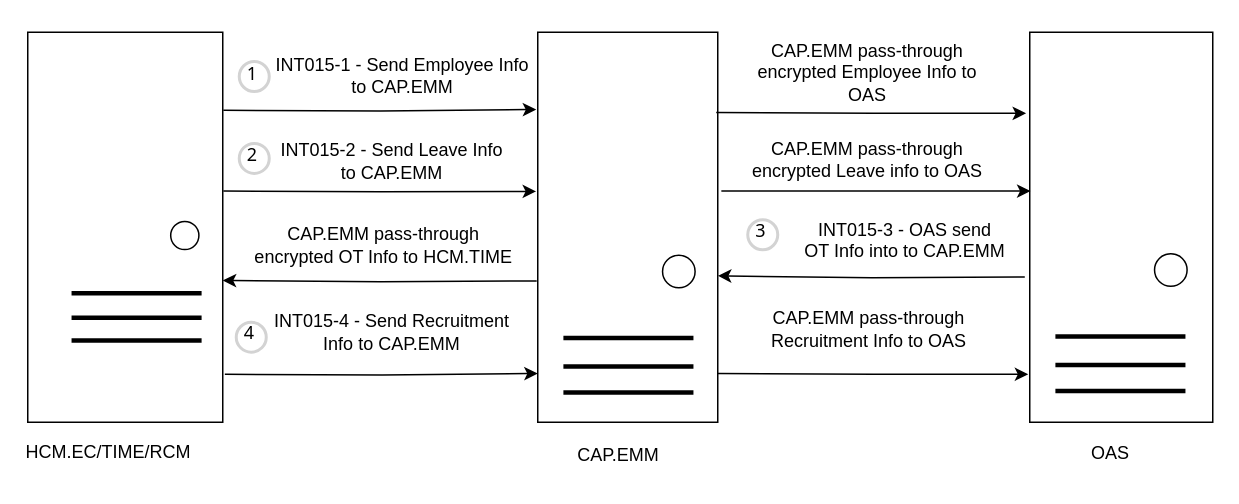
Above: page "OAS" (15 of 19) of Untitled Diagram.drawio in wsxad234/flowchart (draw.io), before the change. Source tidied: cells renumbered, new cells numbered last; positions are measured from the earlier drawing's top-left corner, leaving out a move shared by most shapes. Both pictures are drawn from the tidied source at 150%, with x=0, y=0 at pixel (27, 24).
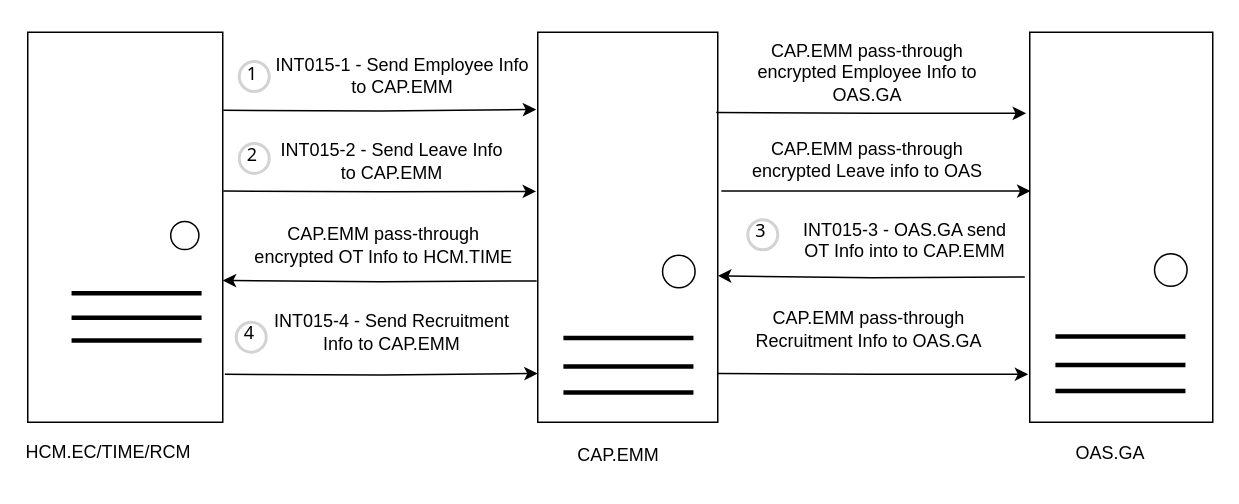
The same diagram, later.

What changed in the source:
```diff
@@
-    <mxCell id="5" value="OAS" style="text;html=1;strokeColor=none;fillColor=none;align=center;verticalAlign=middle;whiteSpace=wrap;rounded=0;" parent="1" vertex="1">
+    <mxCell id="5" value="OAS.GA" style="text;html=1;strokeColor=none;fillColor=none;align=center;verticalAlign=middle;whiteSpace=wrap;rounded=0;" parent="1" vertex="1">
       <mxGeometry x="692" y="271" width="60" height="30" as="geometry" />
     </mxCell>
@@
-    <mxCell id="9" value="CAP.EMM pass-through encrypted Employee Info to OAS" style="text;html=1;strokeColor=none;fillColor=none;align=center;verticalAlign=middle;whiteSpace=wrap;rounded=0;" parent="1" vertex="1">
+    <mxCell id="9" value="CAP.EMM pass-through encrypted Employee Info to OAS.GA" style="text;html=1;strokeColor=none;fillColor=none;align=center;verticalAlign=middle;whiteSpace=wrap;rounded=0;" parent="1" vertex="1">
       <mxGeometry x="480" y="5.6" width="160" height="52.2" as="geometry" />
     </mxCell>
@@
-    <mxCell id="18" value="&lt;br&gt;&lt;table style=&quot;border-collapse:&lt;br/&gt; collapse;width:305pt&quot; width=&quot;406&quot; cellspacing=&quot;0&quot; cellpadding=&quot;0&quot; border=&quot;0&quot;&gt;&lt;tbody&gt;&lt;tr style=&quot;height:14.4pt&quot; height=&quot;19&quot;&gt;  &lt;td style=&quot;height:14.4pt;width:305pt&quot; width=&quot;406&quot; height=&quot;19&quot;&gt;INT015-3 - OAS send &lt;br&gt;OT Info into to CAP.EMM&lt;/td&gt;&lt;/tr&gt;&lt;/tbody&gt;&lt;/table&gt;&lt;table style=&quot;border-collapse:&lt;br/&gt; collapse;width:305pt&quot; width=&quot;406&quot; cellspacing=&quot;0&quot; cellpadding=&quot;0&quot; border=&quot;0&quot;&gt;&lt;tbody&gt;&lt;tr style=&quot;height:14.4pt&quot; height=&quot;19&quot;&gt;&lt;td style=&quot;height:14.4pt;width:305pt&quot; width=&quot;406&quot; height=&quot;19&quot;&gt;&lt;/td&gt;&lt;/tr&gt;&lt;/tbody&gt;&lt;/table&gt;" style="text;html=1;strokeColor=none;fillColor=none;align=center;verticalAlign=middle;whiteSpace=wrap;rounded=0;" parent="1" vertex="1">
+    <mxCell id="18" value="&lt;br&gt;&lt;table style=&quot;border-collapse:&lt;br/&gt; collapse;width:305pt&quot; width=&quot;406&quot; cellspacing=&quot;0&quot; cellpadding=&quot;0&quot; border=&quot;0&quot;&gt;&lt;tbody&gt;&lt;tr style=&quot;height:14.4pt&quot; height=&quot;19&quot;&gt;  &lt;td style=&quot;height:14.4pt;width:305pt&quot; width=&quot;406&quot; height=&quot;19&quot;&gt;INT015-3 - OAS.GA send &lt;br&gt;OT Info into to CAP.EMM&lt;/td&gt;&lt;/tr&gt;&lt;/tbody&gt;&lt;/table&gt;&lt;table style=&quot;border-collapse:&lt;br/&gt; collapse;width:305pt&quot; width=&quot;406&quot; cellspacing=&quot;0&quot; cellpadding=&quot;0&quot; border=&quot;0&quot;&gt;&lt;tbody&gt;&lt;tr style=&quot;height:14.4pt&quot; height=&quot;19&quot;&gt;&lt;td style=&quot;height:14.4pt;width:305pt&quot; width=&quot;406&quot; height=&quot;19&quot;&gt;&lt;/td&gt;&lt;/tr&gt;&lt;/tbody&gt;&lt;/table&gt;" style="text;html=1;strokeColor=none;fillColor=none;align=center;verticalAlign=middle;whiteSpace=wrap;rounded=0;" parent="1" vertex="1">
       <mxGeometry x="520" y="120.5" width="130" height="50" as="geometry" />
     </mxCell>
@@
-    <mxCell id="28" value="CAP.EMM pass-through Recruitment Info to OAS" style="text;html=1;strokeColor=none;fillColor=none;align=center;verticalAlign=middle;whiteSpace=wrap;rounded=0;" parent="1" vertex="1">
+    <mxCell id="28" value="CAP.EMM pass-through Recruitment Info to OAS.GA" style="text;html=1;strokeColor=none;fillColor=none;align=center;verticalAlign=middle;whiteSpace=wrap;rounded=0;" parent="1" vertex="1">
       <mxGeometry x="481" y="176.6" width="160" height="52.2" as="geometry" />
     </mxCell>
```
